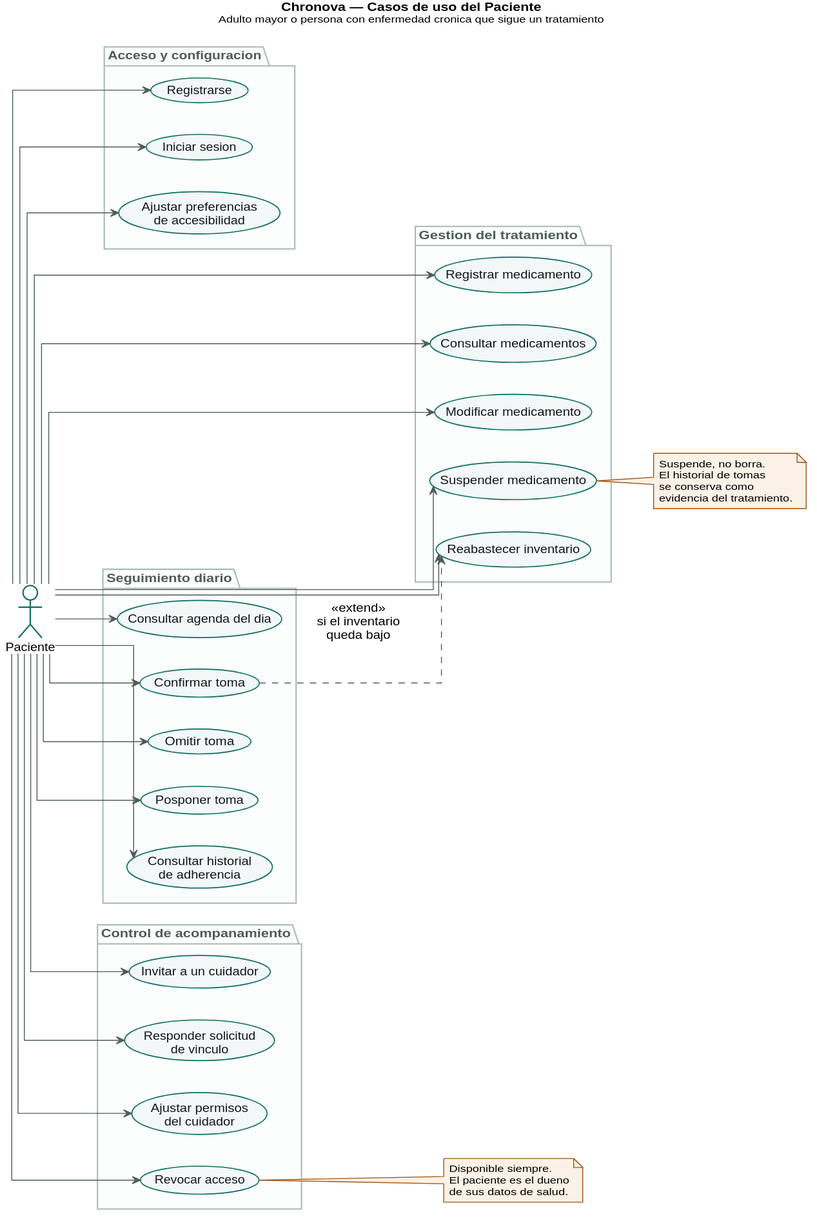
Earlier version of the PlantUML export docs/diagramas/01-casos-de-uso-paciente.svg (EmmanuelC06/Chronova). Its diagram source:
```plantuml
@startuml casos-de-uso-paciente

skinparam backgroundColor #FFFFFF
skinparam shadowing false
skinparam defaultFontName Helvetica
skinparam defaultFontSize 13
skinparam linetype ortho

skinparam actor {
  BorderColor #0E6E62
  BackgroundColor #FFFFFF
}
skinparam usecase {
  BorderColor #0E6E62
  BackgroundColor #F2F8F7
  FontColor #101817
  BorderThickness 1.2
}
skinparam package {
  BorderColor #A9BAB7
  BackgroundColor #FCFDFD
  FontColor #4E5C59
  FontStyle bold
}
skinparam note {
  BorderColor #A0530A
  BackgroundColor #FBF1E6
  FontSize 11
}
skinparam ArrowColor #4E5C59

title <b>Chronova — Casos de uso del Paciente</b>\n<size:11>Adulto mayor o persona con enfermedad cronica que sigue un tratamiento</size>

left to right direction

actor "Paciente" as PAC

package "Acceso y configuracion" {
  usecase "Registrarse" as UC01
  usecase "Iniciar sesion" as UC02
  usecase "Ajustar preferencias\nde accesibilidad" as UC04
}

package "Gestion del tratamiento" {
  usecase "Registrar medicamento" as UC05
  usecase "Consultar medicamentos" as UC06
  usecase "Modificar medicamento" as UC07
  usecase "Suspender medicamento" as UC08
  usecase "Reabastecer inventario" as UC09
}

package "Seguimiento diario" {
  usecase "Consultar agenda del dia" as UC10
  usecase "Confirmar toma" as UC11
  usecase "Omitir toma" as UC12
  usecase "Posponer toma" as UC13
  usecase "Consultar historial\nde adherencia" as UC14
}

package "Control de acompanamiento" {
  usecase "Invitar a un cuidador" as UC15
  usecase "Responder solicitud\nde vinculo" as UC16
  usecase "Ajustar permisos\ndel cuidador" as UC17
  usecase "Revocar acceso" as UC18
}

PAC --> UC01
PAC --> UC02
PAC --> UC04
PAC --> UC05
PAC --> UC06
PAC --> UC07
PAC --> UC08
PAC --> UC09
PAC --> UC10
PAC --> UC11
PAC --> UC12
PAC --> UC13
PAC --> UC14
PAC --> UC15
PAC --> UC16
PAC --> UC17
PAC --> UC18

UC11 ..> UC09 : <<extend>>\nsi el inventario\nqueda bajo

note right of UC08
  Suspende, no borra.
  El historial de tomas
  se conserva como
  evidencia del tratamiento.
end note

note right of UC18
  Disponible siempre.
  El paciente es el dueno
  de sus datos de salud.
end note

@enduml
```
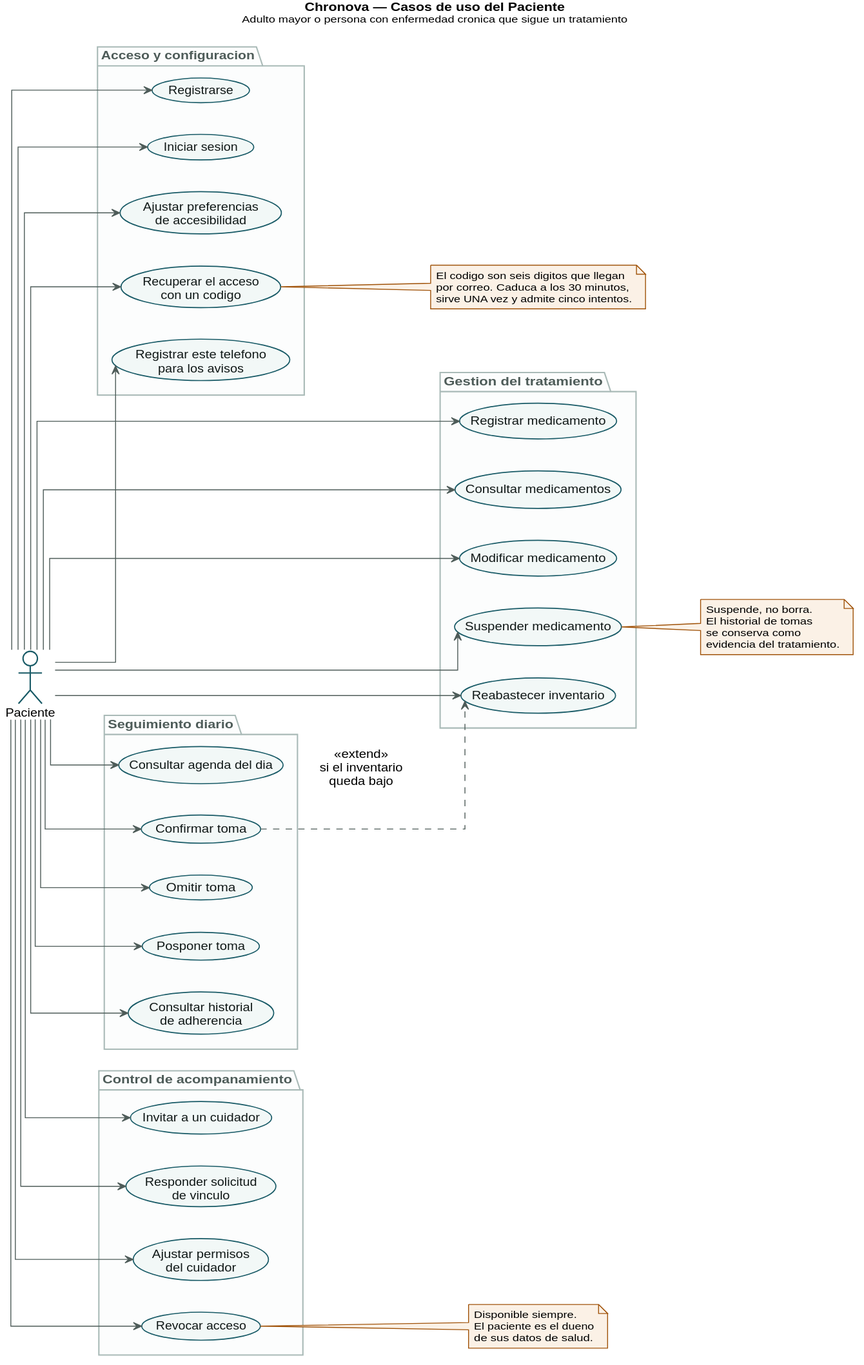
After the commit.

Diff of the diagram source:
```diff
@@ -1,4 +1,4 @@
-@startuml casos-de-uso-paciente
+@startuml 01-casos-de-uso-paciente
 
 skinparam backgroundColor #FFFFFF
 skinparam shadowing false
@@ -7,11 +7,11 @@
 skinparam linetype ortho
 
 skinparam actor {
-  BorderColor #0E6E62
+  BorderColor #185A66
   BackgroundColor #FFFFFF
 }
 skinparam usecase {
-  BorderColor #0E6E62
+  BorderColor #185A66
   BackgroundColor #F2F8F7
   FontColor #101817
   BorderThickness 1.2
@@ -39,6 +39,8 @@
   usecase "Registrarse" as UC01
   usecase "Iniciar sesion" as UC02
   usecase "Ajustar preferencias\nde accesibilidad" as UC04
+  usecase "Recuperar el acceso\ncon un codigo" as UC33
+  usecase "Registrar este telefono\npara los avisos" as UC29
 }
 
 package "Gestion del tratamiento" {
@@ -67,6 +69,8 @@
 PAC --> UC01
 PAC --> UC02
 PAC --> UC04
+PAC --> UC33
+PAC --> UC29
 PAC --> UC05
 PAC --> UC06
 PAC --> UC07
@@ -97,4 +101,11 @@
   de sus datos de salud.
 end note
 
+
+note right of UC33
+  El codigo son seis digitos que llegan
+  por correo. Caduca a los 30 minutos,
+  sirve UNA vez y admite cinco intentos.
+end note
+
 @enduml
```
